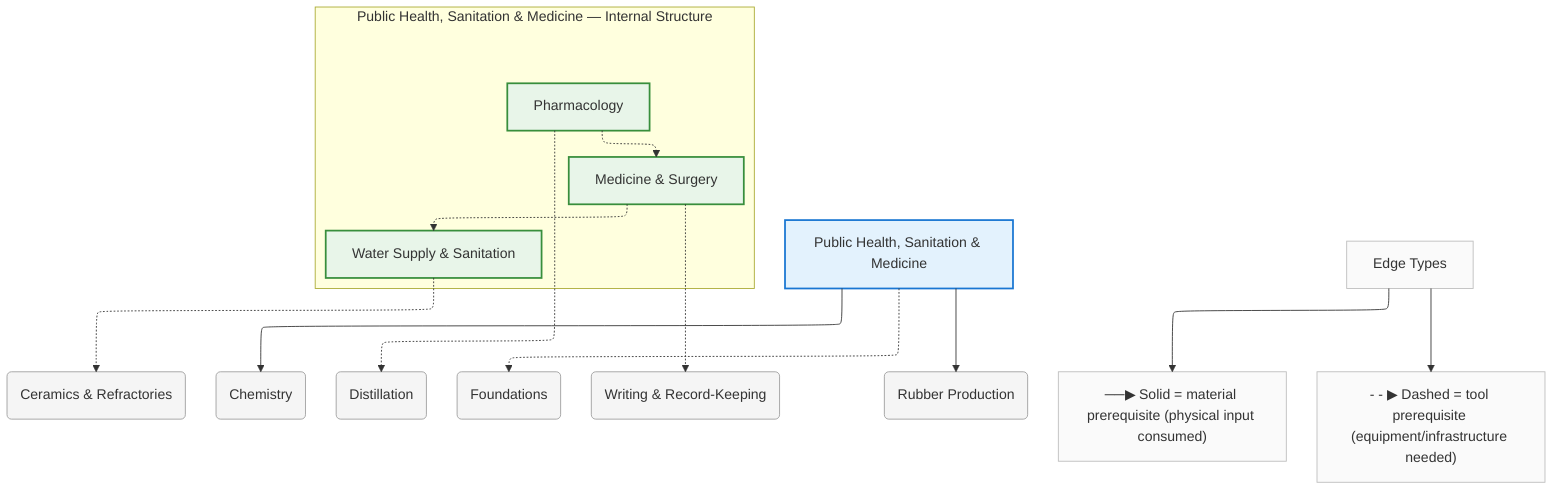
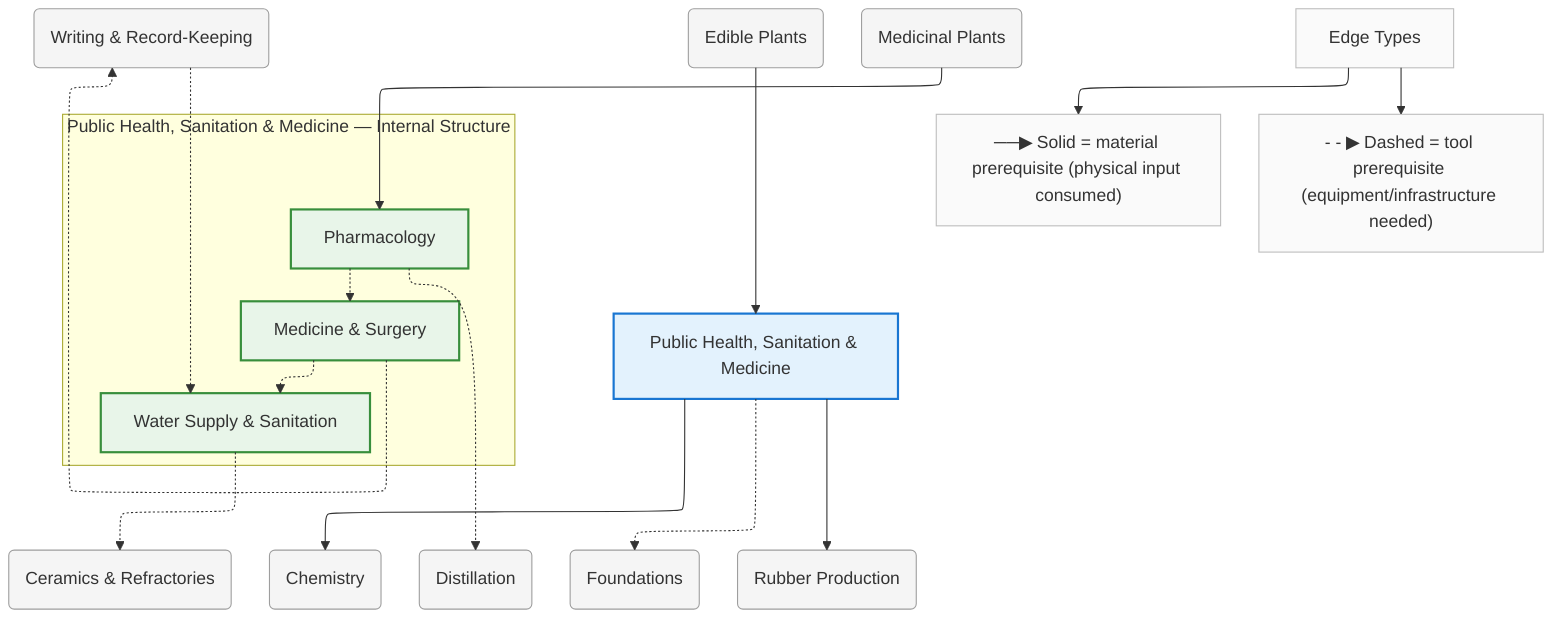
%%{init: {"flowchart": {"defaultRenderer": "elk", "htmlLabels": true}}}%%
graph TD
    %% Domain: Public Health, Sanitation & Medicine

    %% ==================== INTERNAL NODES ====================
    subgraph health_internal ["Public Health, Sanitation & Medicine — Internal Structure"]
        direction TB
        health_sanitation["Water Supply & Sanitation"]
        health_medicine["Medicine & Surgery"]
        health_pharmacology["Pharmacology"]
    end

    %% ==================== DOMAIN NODE ====================
    health["Public Health, Sanitation & Medicine"]

    %% ==================== EXTERNAL DEPENDENCIES ====================
    ceramics("Ceramics & Refractories")
    chemistry("Chemistry")
    chemistry_distillation("Distillation")
    foundations("Foundations")
    knowledge_writing("Writing & Record-Keeping")
+     plants_edible-plants("Edible Plants")
+     plants_medicinal-plants("Medicinal Plants")
    polymers_rubber("Rubber Production")

    %% ==================== EDGES ====================
    health_medicine -.-> health_sanitation
    health_pharmacology -.-> health_medicine
    health -.-> foundations
    health --> chemistry
    health_sanitation -.-> ceramics
    health_medicine -.-> knowledge_writing
    health_pharmacology -.-> chemistry_distillation
    health --> polymers_rubber
+     knowledge_writing -.-> health_sanitation
+     plants_edible-plants --> health
+     plants_medicinal-plants --> health_pharmacology

    %% ==================== EDGE TYPE LEGEND ====================
    EdgeLegend["Edge Types"]
    EdgeLegend --> MatNote["──▶ Solid = material prerequisite (physical input consumed)"]
    EdgeLegend --> ToolNote["- - ▶ Dashed = tool prerequisite (equipment/infrastructure needed)"]

    %% ==================== STYLING ====================
    classDef domain fill:#e3f2fd,stroke:#1976d2,stroke-width:2px
    classDef capability fill:#e8f5e9,stroke:#388e3c,stroke-width:2px
    classDef process fill:#fff3e0,stroke:#f57c00,stroke-width:2px
    classDef critical fill:#fff3e0,stroke:#f57c00,stroke-width:3px
    classDef earlyWin fill:#e8f5e9,stroke:#388e3c,stroke-width:3px
    classDef pinnacle fill:#fce4ec,stroke:#c62828,stroke-width:3px
    classDef external fill:#f5f5f5,stroke:#9e9e9e,stroke-width:1px
    classDef legend fill:#fafafa,stroke:#bdbdbd,stroke-width:1px
    class health domain
    class health_sanitation capability
    class health_medicine capability
    class health_pharmacology capability
    class ceramics external
    class chemistry external
    class chemistry_distillation external
    class foundations external
    class knowledge_writing external
+     class plants_edible-plants external
+     class plants_medicinal-plants external
    class polymers_rubber external
    class EdgeLegend,MatNote,ToolNote legend
